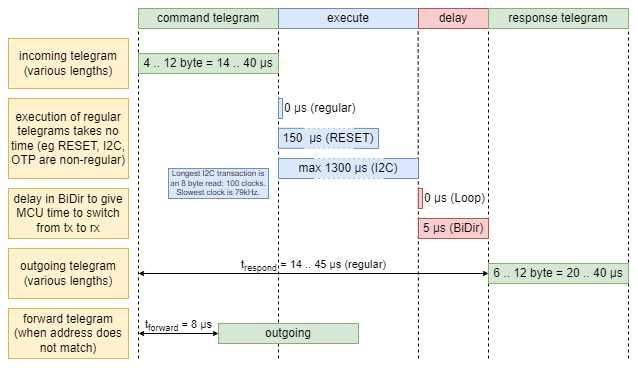
Above: extras/telegram-timing.drawio.png in ams-OSRAM/OSP_aospi (draw.io), before the change. Source tidied: cells renumbered, new cells last; positions are measured from the earlier drawing's top-left corner, leaving out a move shared by most shapes. The source it was exported from:
```xml
<mxGraphModel>
  <root>
    <mxCell id="0" />
    <mxCell id="1" parent="0" />
    <mxCell id="2" style="endArrow=none;dashed=1;html=1;rounded=0;" parent="1" edge="1">
      <mxGeometry relative="1" as="geometry">
        <mxPoint x="130" y="350" as="sourcePoint" />
        <mxPoint x="130" y="20" as="targetPoint" />
      </mxGeometry>
    </mxCell>
    <mxCell id="3" style="endArrow=none;dashed=1;html=1;rounded=0;" parent="1" edge="1">
      <mxGeometry relative="1" as="geometry">
        <mxPoint x="270" y="350" as="sourcePoint" />
        <mxPoint x="270" y="20" as="targetPoint" />
      </mxGeometry>
    </mxCell>
    <mxCell id="4" style="endArrow=none;dashed=1;html=1;rounded=0;" parent="1" edge="1">
      <mxGeometry relative="1" as="geometry">
        <mxPoint x="410" y="350" as="sourcePoint" />
        <mxPoint x="409.6" y="20" as="targetPoint" />
      </mxGeometry>
    </mxCell>
    <mxCell id="5" style="endArrow=none;dashed=1;html=1;rounded=0;" parent="1" edge="1">
      <mxGeometry relative="1" as="geometry">
        <mxPoint x="480" y="350" as="sourcePoint" />
        <mxPoint x="480" y="20" as="targetPoint" />
      </mxGeometry>
    </mxCell>
    <mxCell id="6" style="endArrow=none;dashed=1;html=1;rounded=0;" parent="1" edge="1">
      <mxGeometry relative="1" as="geometry">
        <mxPoint x="620" y="350" as="sourcePoint" />
        <mxPoint x="620" y="20" as="targetPoint" />
      </mxGeometry>
    </mxCell>
    <mxCell id="7" style="rounded=0;whiteSpace=wrap;html=1;fillColor=#dae8fc;strokeColor=#6c8ebf;" parent="1" vertex="1">
      <mxGeometry x="270" y="90" width="4" height="20" as="geometry" />
    </mxCell>
    <mxCell id="8" value="command telegram" style="rounded=0;whiteSpace=wrap;html=1;fillColor=#d5e8d4;strokeColor=#82b366;" parent="1" vertex="1">
      <mxGeometry x="130" width="140" height="20" as="geometry" />
    </mxCell>
    <mxCell id="9" value="execute" style="rounded=0;whiteSpace=wrap;html=1;fillColor=#dae8fc;strokeColor=#6c8ebf;" parent="1" vertex="1">
      <mxGeometry x="270" width="140" height="20" as="geometry" />
    </mxCell>
    <mxCell id="10" value="4 .. 12 byte = 14 .. 40 μs" style="rounded=0;whiteSpace=wrap;html=1;fillColor=#d5e8d4;strokeColor=#82b366;" parent="1" vertex="1">
      <mxGeometry x="130" y="45" width="140" height="20" as="geometry" />
    </mxCell>
    <mxCell id="11" value="incoming telegram&lt;br&gt;(various lengths)" style="rounded=0;whiteSpace=wrap;html=1;fillColor=#fff2cc;strokeColor=#d6b656;" parent="1" vertex="1">
      <mxGeometry y="30" width="120" height="50" as="geometry" />
    </mxCell>
    <mxCell id="12" value="t&lt;sub&gt;forward&lt;/sub&gt;&amp;nbsp;=&amp;nbsp;8 μs" style="endArrow=classic;startArrow=classic;html=1;rounded=0;endSize=3;startSize=3;labelBackgroundColor=none;spacing=0;spacingBottom=4;entryX=0;entryY=0.5;entryDx=0;entryDy=0;" parent="1" edge="1" target="21">
      <mxGeometry y="5" relative="1" as="geometry">
        <mxPoint x="130" y="325" as="sourcePoint" />
      </mxGeometry>
    </mxCell>
    <mxCell id="13" value="forward telegram (when address does not match)" style="rounded=0;whiteSpace=wrap;html=1;fillColor=#fff2cc;strokeColor=#d6b656;" parent="1" vertex="1">
      <mxGeometry y="300" width="120" height="50" as="geometry" />
    </mxCell>
    <mxCell id="14" value="0 μs (regular)" style="rounded=0;whiteSpace=wrap;html=1;fillColor=none;strokeColor=none;align=left;" parent="1" vertex="1">
      <mxGeometry x="274" y="90" width="114" height="20" as="geometry" />
    </mxCell>
    <mxCell id="15" value="max 1300&lt;span style=&quot;color: rgba(0, 0, 0, 0); font-family: monospace; font-size: 0px; text-align: start; text-wrap: nowrap;&quot;&gt;%3CmxGraphModel%3E%3Croot%3E%3CmxCell%20id%3D%220%22%2F%3E%3CmxCell%20id%3D%221%22%20parent%3D%220%22%2F%3E%3CmxCell%20id%3D%222%22%20value%3D%22%22%20style%3D%22endArrow%3Dnone%3Bhtml%3D1%3Brounded%3D0%3BfillColor%3D%23dae8fc%3BstrokeColor%3D%236c8ebf%3Bdashed%3D1%3BdashPattern%3D1%201%3BentryX%3D0.75%3BentryY%3D0%3BentryDx%3D0%3BentryDy%3D0%3BexitX%3D0.25%3BexitY%3D0%3BexitDx%3D0%3BexitDy%3D0%3B%22%20edge%3D%221%22%20parent%3D%221%22%3E%3CmxGeometry%20width%3D%2250%22%20height%3D%2250%22%20relative%3D%221%22%20as%3D%22geometry%22%3E%3CmxPoint%20x%3D%22340%22%20y%3D%22380%22%20as%3D%22sourcePoint%22%2F%3E%3CmxPoint%20x%3D%22420%22%20y%3D%22380%22%20as%3D%22targetPoint%22%2F%3E%3C%2FmxGeometry%3E%3C%2FmxCell%3E%3C%2Froot%3E%3C%2FmxGraphModel%3E000&lt;/span&gt;&amp;nbsp;μs (I2C)" style="rounded=0;whiteSpace=wrap;html=1;fillColor=#dae8fc;strokeColor=none;" parent="1" vertex="1">
      <mxGeometry x="270" y="150" width="140" height="20" as="geometry" />
    </mxCell>
    <mxCell id="16" style="endArrow=none;html=1;rounded=0;entryX=0.25;entryY=0;entryDx=0;entryDy=0;exitX=0.25;exitY=1;exitDx=0;exitDy=0;fillColor=#dae8fc;strokeColor=#6c8ebf;" parent="1" edge="1" source="15" target="15">
      <mxGeometry relative="1" as="geometry">
        <Array as="points">
          <mxPoint x="270" y="170" />
          <mxPoint x="270" y="150" />
        </Array>
      </mxGeometry>
    </mxCell>
    <mxCell id="17" style="endArrow=none;html=1;rounded=0;entryX=0.75;entryY=0;entryDx=0;entryDy=0;exitX=0.75;exitY=1;exitDx=0;exitDy=0;fillColor=#dae8fc;strokeColor=#6c8ebf;" parent="1" edge="1" source="15" target="15">
      <mxGeometry relative="1" as="geometry">
        <Array as="points">
          <mxPoint x="410" y="170" />
          <mxPoint x="410" y="150" />
        </Array>
      </mxGeometry>
    </mxCell>
    <mxCell id="18" style="endArrow=none;html=1;rounded=0;fillColor=#dae8fc;strokeColor=#6c8ebf;dashed=1;dashPattern=1 4;entryX=0.75;entryY=0;entryDx=0;entryDy=0;exitX=0.25;exitY=0;exitDx=0;exitDy=0;" parent="1" edge="1" source="15" target="15">
      <mxGeometry relative="1" as="geometry" />
    </mxCell>
    <mxCell id="19" style="endArrow=none;html=1;rounded=0;fillColor=#dae8fc;strokeColor=#6c8ebf;dashed=1;dashPattern=1 4;entryX=0.75;entryY=1;entryDx=0;entryDy=0;exitX=0.25;exitY=1;exitDx=0;exitDy=0;" parent="1" edge="1" source="15" target="15">
      <mxGeometry relative="1" as="geometry" />
    </mxCell>
    <mxCell id="20" value="execution of regular telegrams takes no time (eg RESET, I2C, OTP are non-regular)" style="rounded=0;whiteSpace=wrap;html=1;fillColor=#fff2cc;strokeColor=#d6b656;" parent="1" vertex="1">
      <mxGeometry y="90" width="120" height="80" as="geometry" />
    </mxCell>
    <mxCell id="21" value="outgoing" style="rounded=0;whiteSpace=wrap;html=1;fillColor=#d5e8d4;strokeColor=#82b366;" parent="1" vertex="1">
      <mxGeometry x="210" y="315" width="140" height="20" as="geometry" />
    </mxCell>
    <mxCell id="22" value="150 &lt;span style=&quot;color: rgba(0, 0, 0, 0); font-family: monospace; font-size: 0px; text-align: start; text-wrap: nowrap;&quot;&gt;3CmxGraphModel%3E%3Croot%3E%3CmxCell%20id%3D%220%22%2F%3E%3CmxCell%20id%3D%221%22%20parent%3D%220%22%2F%3E%3CmxCell%20id%3D%222%22%20value%3D%22%22%20style%3D%22endArrow%3Dnone%3Bhtml%3D1%3Brounded%3D0%3BfillColor%3D%23dae8fc%3BstrokeColor%3D%236c8ebf%3Bdashed%3D1%3BdashPattern%3D1%201%3BentryX%3D0.75%3BentryY%3D0%3BentryDx%3D0%3BentryDy%3D0%3BexitX%3D0.25%3BexitY%3D0%3BexitDx%3D0%3BexitDy%3D0%3B%22%20edge%3D%221%22%20parent%3D%221%22%3E%3CmxGeometry%20width%3D%2250%22%20height%3D%2250%22%20relative%3D%221%22%20as%3D%22geometry%22%3E%3CmxPoint%20x%3D%22340%22%20y%3D%22380%22%20as%3D%22sourcePoint%22%2F%3E%3CmxPoint%20x%3D%22420%22%20y%3D%22380%22%20as%3D%22targetPoint%22%2F%3E%3C%2FmxGeometry%3E%3C%2FmxCell%3E%3C%2Froot%3E%3C%2FmxGraphModel%3E000&lt;/span&gt;&amp;nbsp;μs (RESET)" style="rounded=0;whiteSpace=wrap;html=1;fillColor=#dae8fc;strokeColor=none;" parent="1" vertex="1">
      <mxGeometry x="270" y="119.8" width="100" height="20" as="geometry" />
    </mxCell>
    <mxCell id="23" style="endArrow=none;html=1;rounded=0;entryX=0.25;entryY=0;entryDx=0;entryDy=0;exitX=0.25;exitY=1;exitDx=0;exitDy=0;fillColor=#dae8fc;strokeColor=#6c8ebf;" parent="1" edge="1" source="22" target="22">
      <mxGeometry relative="1" as="geometry">
        <Array as="points">
          <mxPoint x="270" y="139.8" />
          <mxPoint x="270" y="119.8" />
        </Array>
      </mxGeometry>
    </mxCell>
    <mxCell id="24" style="endArrow=none;html=1;rounded=0;entryX=0.75;entryY=0;entryDx=0;entryDy=0;exitX=0.75;exitY=1;exitDx=0;exitDy=0;fillColor=#dae8fc;strokeColor=#6c8ebf;" parent="1" edge="1" source="22" target="22">
      <mxGeometry relative="1" as="geometry">
        <Array as="points">
          <mxPoint x="370" y="140" />
          <mxPoint x="370" y="120" />
        </Array>
      </mxGeometry>
    </mxCell>
    <mxCell id="25" style="endArrow=none;html=1;rounded=0;fillColor=#dae8fc;strokeColor=#6c8ebf;dashed=1;dashPattern=1 4;entryX=0.75;entryY=0;entryDx=0;entryDy=0;exitX=0.25;exitY=0;exitDx=0;exitDy=0;" parent="1" edge="1" source="22" target="22">
      <mxGeometry relative="1" as="geometry" />
    </mxCell>
    <mxCell id="26" style="endArrow=none;html=1;rounded=0;fillColor=#dae8fc;strokeColor=#6c8ebf;dashed=1;dashPattern=1 4;entryX=0.75;entryY=1;entryDx=0;entryDy=0;exitX=0.25;exitY=1;exitDx=0;exitDy=0;" parent="1" edge="1" source="22" target="22">
      <mxGeometry relative="1" as="geometry" />
    </mxCell>
    <mxCell id="27" value="delay" style="rounded=0;whiteSpace=wrap;html=1;fillColor=#f8cecc;strokeColor=#b85450;" parent="1" vertex="1">
      <mxGeometry x="410" width="70" height="20" as="geometry" />
    </mxCell>
    <mxCell id="28" style="rounded=0;whiteSpace=wrap;html=1;fillColor=#f8cecc;strokeColor=#b85450;align=center;verticalAlign=middle;fontFamily=Helvetica;fontSize=12;fontColor=default;" parent="1" vertex="1">
      <mxGeometry x="410" y="180" width="4" height="20" as="geometry" />
    </mxCell>
    <mxCell id="29" value="0 μs (Loop)" style="rounded=0;whiteSpace=wrap;html=1;fillColor=none;strokeColor=none;align=left;" parent="1" vertex="1">
      <mxGeometry x="414" y="180" width="114" height="20" as="geometry" />
    </mxCell>
    <mxCell id="30" value="&lt;span style=&quot;text-align: left;&quot;&gt;5 μs (BiDir)&lt;/span&gt;" style="rounded=0;whiteSpace=wrap;html=1;fillColor=#f8cecc;strokeColor=#b85450;align=center;verticalAlign=middle;fontFamily=Helvetica;fontSize=12;fontColor=default;" parent="1" vertex="1">
      <mxGeometry x="410" y="210" width="70" height="20" as="geometry" />
    </mxCell>
    <mxCell id="31" value="delay in BiDir to give MCU time to switch from tx to rx" style="rounded=0;whiteSpace=wrap;html=1;fillColor=#fff2cc;strokeColor=#d6b656;" parent="1" vertex="1">
      <mxGeometry y="180" width="120" height="50" as="geometry" />
    </mxCell>
    <mxCell id="32" value="response telegram" style="rounded=0;whiteSpace=wrap;html=1;fillColor=#d5e8d4;strokeColor=#82b366;" parent="1" vertex="1">
      <mxGeometry x="480" width="140" height="20" as="geometry" />
    </mxCell>
    <mxCell id="33" value="outgoing telegram&lt;br&gt;(various lengths)" style="rounded=0;whiteSpace=wrap;html=1;fillColor=#fff2cc;strokeColor=#d6b656;" parent="1" vertex="1">
      <mxGeometry y="240" width="120" height="50" as="geometry" />
    </mxCell>
    <mxCell id="34" value="6 .. 12 byte = 20 .. 40 μs" style="rounded=0;whiteSpace=wrap;html=1;fillColor=#d5e8d4;strokeColor=#82b366;" parent="1" vertex="1">
      <mxGeometry x="480" y="255" width="140" height="20" as="geometry" />
    </mxCell>
    <mxCell id="35" value="t&lt;sub&gt;respond&lt;/sub&gt;&amp;nbsp;= 14 .. 45 μs (regular)" style="endArrow=classic;startArrow=classic;html=1;rounded=0;endSize=3;startSize=3;labelBackgroundColor=none;spacing=0;spacingBottom=4;entryX=0;entryY=0.5;entryDx=0;entryDy=0;" parent="1" edge="1" target="34">
      <mxGeometry y="5" relative="1" as="geometry">
        <mxPoint x="130" y="265" as="sourcePoint" />
      </mxGeometry>
    </mxCell>
    <mxCell id="36" value="Longest I2C transaction is an 8 byte read: 100 clocks. Slowest clock is 79kHz." style="rounded=0;whiteSpace=wrap;html=1;fillColor=#dae8fc;strokeColor=#6c8ebf;fontSize=8;" parent="1" vertex="1">
      <mxGeometry x="160" y="160" width="100" height="30" as="geometry" />
    </mxCell>
  </root>
</mxGraphModel>
```
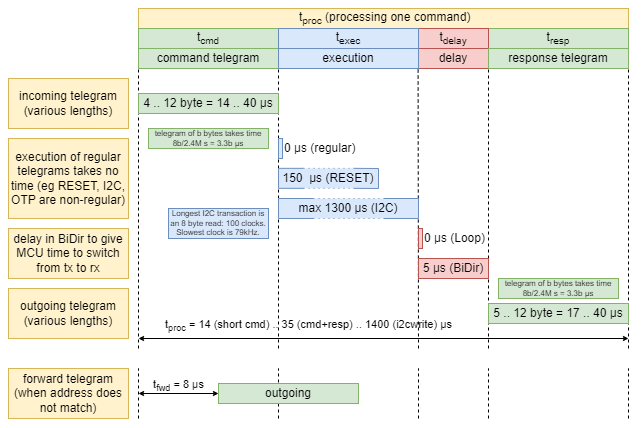
After the commit.

What changed in the source:
```diff
@@ -4,31 +4,31 @@
     <mxCell id="1" parent="0" />
     <mxCell id="2" style="endArrow=none;dashed=1;html=1;rounded=0;" parent="1" edge="1">
       <mxGeometry relative="1" as="geometry">
-        <mxPoint x="130" y="350" as="sourcePoint" />
+        <mxPoint x="130" y="300" as="sourcePoint" />
         <mxPoint x="130" y="20" as="targetPoint" />
       </mxGeometry>
     </mxCell>
     <mxCell id="3" style="endArrow=none;dashed=1;html=1;rounded=0;" parent="1" edge="1">
       <mxGeometry relative="1" as="geometry">
-        <mxPoint x="270" y="350" as="sourcePoint" />
+        <mxPoint x="270" y="300" as="sourcePoint" />
         <mxPoint x="270" y="20" as="targetPoint" />
       </mxGeometry>
     </mxCell>
     <mxCell id="4" style="endArrow=none;dashed=1;html=1;rounded=0;" parent="1" edge="1">
       <mxGeometry relative="1" as="geometry">
-        <mxPoint x="410" y="350" as="sourcePoint" />
+        <mxPoint x="410" y="300" as="sourcePoint" />
         <mxPoint x="409.6" y="20" as="targetPoint" />
       </mxGeometry>
     </mxCell>
     <mxCell id="5" style="endArrow=none;dashed=1;html=1;rounded=0;" parent="1" edge="1">
       <mxGeometry relative="1" as="geometry">
-        <mxPoint x="480" y="350" as="sourcePoint" />
+        <mxPoint x="480" y="300" as="sourcePoint" />
         <mxPoint x="480" y="20" as="targetPoint" />
       </mxGeometry>
     </mxCell>
     <mxCell id="6" style="endArrow=none;dashed=1;html=1;rounded=0;" parent="1" edge="1">
       <mxGeometry relative="1" as="geometry">
-        <mxPoint x="620" y="350" as="sourcePoint" />
+        <mxPoint x="620" y="300" as="sourcePoint" />
         <mxPoint x="620" y="20" as="targetPoint" />
       </mxGeometry>
     </mxCell>
@@ -38,8 +38,8 @@
     <mxCell id="8" value="command telegram" style="rounded=0;whiteSpace=wrap;html=1;fillColor=#d5e8d4;strokeColor=#82b366;" parent="1" vertex="1">
       <mxGeometry x="130" width="140" height="20" as="geometry" />
     </mxCell>
-    <mxCell id="9" value="execute" style="rounded=0;whiteSpace=wrap;html=1;fillColor=#dae8fc;strokeColor=#6c8ebf;" parent="1" vertex="1">
-      <mxGeometry x="270" width="140" height="20" as="geometry" />
+    <mxCell id="9" value="&amp;nbsp;t&lt;sub&gt;proc&lt;/sub&gt;&amp;nbsp;(processing one command)" style="rounded=0;whiteSpace=wrap;html=1;fillColor=#fff2cc;strokeColor=#d6b656;align=center;verticalAlign=middle;fontFamily=Helvetica;fontSize=12;fontColor=default;" parent="1" vertex="1">
+      <mxGeometry x="130" y="-40" width="490" height="20" as="geometry" />
     </mxCell>
     <mxCell id="10" value="4 .. 12 byte = 14 .. 40 μs" style="rounded=0;whiteSpace=wrap;html=1;fillColor=#d5e8d4;strokeColor=#82b366;" parent="1" vertex="1">
       <mxGeometry x="130" y="45" width="140" height="20" as="geometry" />
@@ -47,13 +47,13 @@
     <mxCell id="11" value="incoming telegram&lt;br&gt;(various lengths)" style="rounded=0;whiteSpace=wrap;html=1;fillColor=#fff2cc;strokeColor=#d6b656;" parent="1" vertex="1">
       <mxGeometry y="30" width="120" height="50" as="geometry" />
     </mxCell>
-    <mxCell id="12" value="t&lt;sub&gt;forward&lt;/sub&gt;&amp;nbsp;=&amp;nbsp;8 μs" style="endArrow=classic;startArrow=classic;html=1;rounded=0;endSize=3;startSize=3;labelBackgroundColor=none;spacing=0;spacingBottom=4;entryX=0;entryY=0.5;entryDx=0;entryDy=0;" parent="1" edge="1" target="21">
+    <mxCell id="12" value="t&lt;sub&gt;fwd&lt;/sub&gt;&amp;nbsp;=&amp;nbsp;8 μs" style="endArrow=classic;startArrow=classic;html=1;rounded=0;endSize=3;startSize=3;labelBackgroundColor=none;spacing=0;spacingBottom=4;entryX=0;entryY=0.5;entryDx=0;entryDy=0;" parent="1" edge="1" target="21">
       <mxGeometry y="5" relative="1" as="geometry">
-        <mxPoint x="130" y="325" as="sourcePoint" />
+        <mxPoint x="130" y="345" as="sourcePoint" />
       </mxGeometry>
     </mxCell>
     <mxCell id="13" value="forward telegram (when address does not match)" style="rounded=0;whiteSpace=wrap;html=1;fillColor=#fff2cc;strokeColor=#d6b656;" parent="1" vertex="1">
-      <mxGeometry y="300" width="120" height="50" as="geometry" />
+      <mxGeometry y="320" width="120" height="50" as="geometry" />
     </mxCell>
     <mxCell id="14" value="0 μs (regular)" style="rounded=0;whiteSpace=wrap;html=1;fillColor=none;strokeColor=none;align=left;" parent="1" vertex="1">
       <mxGeometry x="274" y="90" width="114" height="20" as="geometry" />
@@ -86,9 +86,6 @@
     <mxCell id="20" value="execution of regular telegrams takes no time (eg RESET, I2C, OTP are non-regular)" style="rounded=0;whiteSpace=wrap;html=1;fillColor=#fff2cc;strokeColor=#d6b656;" parent="1" vertex="1">
       <mxGeometry y="90" width="120" height="80" as="geometry" />
     </mxCell>
-    <mxCell id="21" value="outgoing" style="rounded=0;whiteSpace=wrap;html=1;fillColor=#d5e8d4;strokeColor=#82b366;" parent="1" vertex="1">
-      <mxGeometry x="210" y="315" width="140" height="20" as="geometry" />
-    </mxCell>
     <mxCell id="22" value="150 &lt;span style=&quot;color: rgba(0, 0, 0, 0); font-family: monospace; font-size: 0px; text-align: start; text-wrap: nowrap;&quot;&gt;3CmxGraphModel%3E%3Croot%3E%3CmxCell%20id%3D%220%22%2F%3E%3CmxCell%20id%3D%221%22%20parent%3D%220%22%2F%3E%3CmxCell%20id%3D%222%22%20value%3D%22%22%20style%3D%22endArrow%3Dnone%3Bhtml%3D1%3Brounded%3D0%3BfillColor%3D%23dae8fc%3BstrokeColor%3D%236c8ebf%3Bdashed%3D1%3BdashPattern%3D1%201%3BentryX%3D0.75%3BentryY%3D0%3BentryDx%3D0%3BentryDy%3D0%3BexitX%3D0.25%3BexitY%3D0%3BexitDx%3D0%3BexitDy%3D0%3B%22%20edge%3D%221%22%20parent%3D%221%22%3E%3CmxGeometry%20width%3D%2250%22%20height%3D%2250%22%20relative%3D%221%22%20as%3D%22geometry%22%3E%3CmxPoint%20x%3D%22340%22%20y%3D%22380%22%20as%3D%22sourcePoint%22%2F%3E%3CmxPoint%20x%3D%22420%22%20y%3D%22380%22%20as%3D%22targetPoint%22%2F%3E%3C%2FmxGeometry%3E%3C%2FmxCell%3E%3C%2Froot%3E%3C%2FmxGraphModel%3E000&lt;/span&gt;&amp;nbsp;μs (RESET)" style="rounded=0;whiteSpace=wrap;html=1;fillColor=#dae8fc;strokeColor=none;" parent="1" vertex="1">
       <mxGeometry x="270" y="119.8" width="100" height="20" as="geometry" />
     </mxCell>
@@ -129,22 +126,77 @@
     <mxCell id="31" value="delay in BiDir to give MCU time to switch from tx to rx" style="rounded=0;whiteSpace=wrap;html=1;fillColor=#fff2cc;strokeColor=#d6b656;" parent="1" vertex="1">
       <mxGeometry y="180" width="120" height="50" as="geometry" />
     </mxCell>
-    <mxCell id="32" value="response telegram" style="rounded=0;whiteSpace=wrap;html=1;fillColor=#d5e8d4;strokeColor=#82b366;" parent="1" vertex="1">
-      <mxGeometry x="480" width="140" height="20" as="geometry" />
+    <mxCell id="32" value="t&lt;sub&gt;resp&lt;/sub&gt;" style="rounded=0;whiteSpace=wrap;html=1;fillColor=#d5e8d4;strokeColor=#82b366;" parent="1" vertex="1">
+      <mxGeometry x="480" y="-20" width="140" height="20" as="geometry" />
     </mxCell>
     <mxCell id="33" value="outgoing telegram&lt;br&gt;(various lengths)" style="rounded=0;whiteSpace=wrap;html=1;fillColor=#fff2cc;strokeColor=#d6b656;" parent="1" vertex="1">
       <mxGeometry y="240" width="120" height="50" as="geometry" />
     </mxCell>
-    <mxCell id="34" value="6 .. 12 byte = 20 .. 40 μs" style="rounded=0;whiteSpace=wrap;html=1;fillColor=#d5e8d4;strokeColor=#82b366;" parent="1" vertex="1">
+    <mxCell id="34" value="5 .. 12 byte = 17 .. 40 μs" style="rounded=0;whiteSpace=wrap;html=1;fillColor=#d5e8d4;strokeColor=#82b366;" parent="1" vertex="1">
       <mxGeometry x="480" y="255" width="140" height="20" as="geometry" />
     </mxCell>
-    <mxCell id="35" value="t&lt;sub&gt;respond&lt;/sub&gt;&amp;nbsp;= 14 .. 45 μs (regular)" style="endArrow=classic;startArrow=classic;html=1;rounded=0;endSize=3;startSize=3;labelBackgroundColor=none;spacing=0;spacingBottom=4;entryX=0;entryY=0.5;entryDx=0;entryDy=0;" parent="1" edge="1" target="34">
-      <mxGeometry y="5" relative="1" as="geometry">
-        <mxPoint x="130" y="265" as="sourcePoint" />
-      </mxGeometry>
-    </mxCell>
     <mxCell id="36" value="Longest I2C transaction is an 8 byte read: 100 clocks. Slowest clock is 79kHz." style="rounded=0;whiteSpace=wrap;html=1;fillColor=#dae8fc;strokeColor=#6c8ebf;fontSize=8;" parent="1" vertex="1">
       <mxGeometry x="160" y="160" width="100" height="30" as="geometry" />
     </mxCell>
+    <mxCell id="37" value="telegram of b bytes takes time 8b/2.4M s = 3.3b μs" style="rounded=0;whiteSpace=wrap;html=1;fillColor=#d5e8d4;strokeColor=#82b366;fontSize=8;" parent="1" vertex="1">
+      <mxGeometry x="490" y="230" width="120" height="20" as="geometry" />
+    </mxCell>
+    <mxCell id="38" value="t&lt;sub&gt;cmd&lt;/sub&gt;" style="rounded=0;whiteSpace=wrap;html=1;fillColor=#d5e8d4;strokeColor=#82b366;" parent="1" vertex="1">
+      <mxGeometry x="130" y="-20" width="140" height="20" as="geometry" />
+    </mxCell>
+    <mxCell id="39" value="execution" style="rounded=0;whiteSpace=wrap;html=1;fillColor=#dae8fc;strokeColor=#6c8ebf;" parent="1" vertex="1">
+      <mxGeometry x="270" width="140" height="20" as="geometry" />
+    </mxCell>
+    <mxCell id="40" value="t&lt;sub&gt;delay&lt;/sub&gt;" style="rounded=0;whiteSpace=wrap;html=1;fillColor=#f8cecc;strokeColor=#b85450;" parent="1" vertex="1">
+      <mxGeometry x="410" y="-20" width="70" height="20" as="geometry" />
+    </mxCell>
+    <mxCell id="41" value="response telegram" style="rounded=0;whiteSpace=wrap;html=1;fillColor=#d5e8d4;strokeColor=#82b366;" parent="1" vertex="1">
+      <mxGeometry x="480" width="140" height="20" as="geometry" />
+    </mxCell>
+    <mxCell id="42" value="telegram of b bytes takes time 8b/2.4M s = 3.3b μs" style="rounded=0;whiteSpace=wrap;html=1;fillColor=#d5e8d4;strokeColor=#82b366;fontSize=8;" parent="1" vertex="1">
+      <mxGeometry x="140" y="80" width="120" height="20" as="geometry" />
+    </mxCell>
+    <mxCell id="43" style="endArrow=none;dashed=1;html=1;rounded=0;" parent="1" edge="1">
+      <mxGeometry relative="1" as="geometry">
+        <mxPoint x="270" y="370" as="sourcePoint" />
+        <mxPoint x="270" y="320" as="targetPoint" />
+      </mxGeometry>
+    </mxCell>
+    <mxCell id="44" style="endArrow=none;dashed=1;html=1;rounded=0;" parent="1" edge="1">
+      <mxGeometry relative="1" as="geometry">
+        <mxPoint x="130" y="370" as="sourcePoint" />
+        <mxPoint x="130" y="320" as="targetPoint" />
+      </mxGeometry>
+    </mxCell>
+    <mxCell id="45" style="endArrow=none;dashed=1;html=1;rounded=0;" parent="1" edge="1">
+      <mxGeometry relative="1" as="geometry">
+        <mxPoint x="410" y="370" as="sourcePoint" />
+        <mxPoint x="410" y="320" as="targetPoint" />
+      </mxGeometry>
+    </mxCell>
+    <mxCell id="46" style="endArrow=none;dashed=1;html=1;rounded=0;" parent="1" edge="1">
+      <mxGeometry relative="1" as="geometry">
+        <mxPoint x="480" y="370" as="sourcePoint" />
+        <mxPoint x="480" y="320" as="targetPoint" />
+      </mxGeometry>
+    </mxCell>
+    <mxCell id="47" style="endArrow=none;dashed=1;html=1;rounded=0;" parent="1" edge="1">
+      <mxGeometry relative="1" as="geometry">
+        <mxPoint x="620" y="370" as="sourcePoint" />
+        <mxPoint x="620" y="320" as="targetPoint" />
+      </mxGeometry>
+    </mxCell>
+    <mxCell id="21" value="outgoing" style="rounded=0;whiteSpace=wrap;html=1;fillColor=#d5e8d4;strokeColor=#82b366;" parent="1" vertex="1">
+      <mxGeometry x="210" y="335" width="140" height="20" as="geometry" />
+    </mxCell>
+    <mxCell id="48" value="t&lt;sub&gt;proc&lt;/sub&gt;&amp;nbsp;= 14 (short cmd) .. 35 (cmd+resp) .. 1400 (i2cwrite) μs" style="endArrow=classic;startArrow=classic;html=1;rounded=0;endSize=3;startSize=3;labelBackgroundColor=none;spacing=0;spacingBottom=4;" parent="1" edge="1">
+      <mxGeometry x="-0.31" y="10" relative="1" as="geometry">
+        <mxPoint x="130" y="290" as="sourcePoint" />
+        <mxPoint x="620" y="290" as="targetPoint" />
+      </mxGeometry>
+    </mxCell>
+    <mxCell id="49" value="t&lt;sub&gt;exec&lt;/sub&gt;" style="rounded=0;whiteSpace=wrap;html=1;fillColor=#dae8fc;strokeColor=#6c8ebf;" parent="1" vertex="1">
+      <mxGeometry x="270" y="-20" width="140" height="20" as="geometry" />
+    </mxCell>
   </root>
 </mxGraphModel>
```
